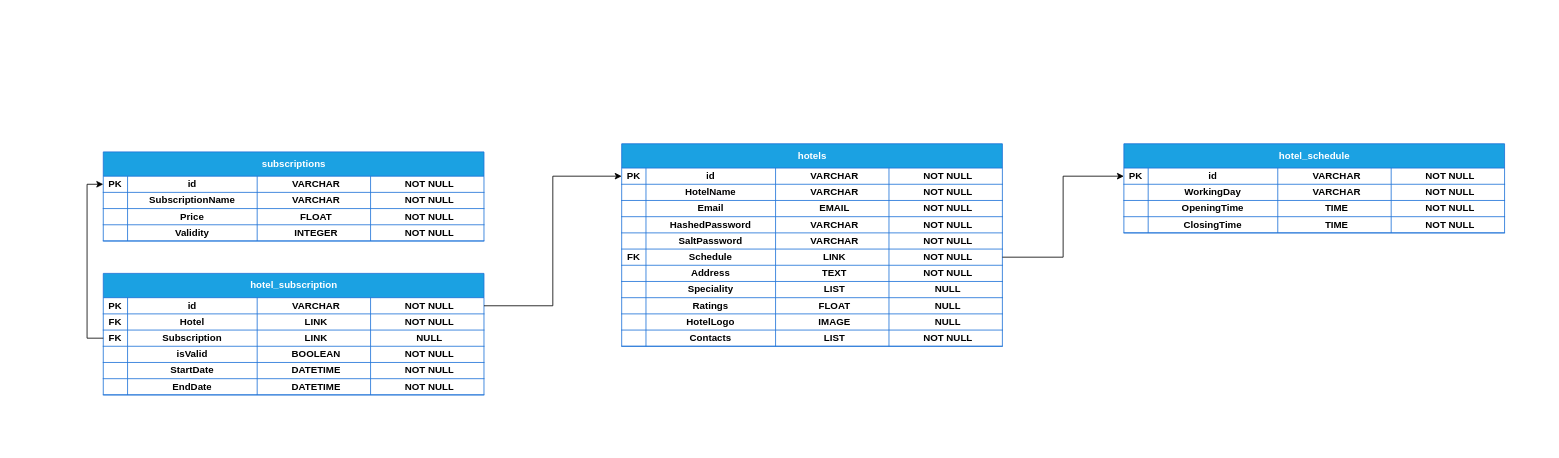
This is Database.drawio from appnichetechnologies/Eatofy-System-Design, a draw.io file, before an edit. Source tidied: cells renumbered, new cells numbered last; positions are measured from the earlier drawing's top-left corner, leaving out a move shared by most shapes. Both pictures are drawn from the tidied source at 81%, with x=0, y=0 at pixel (103, 143).
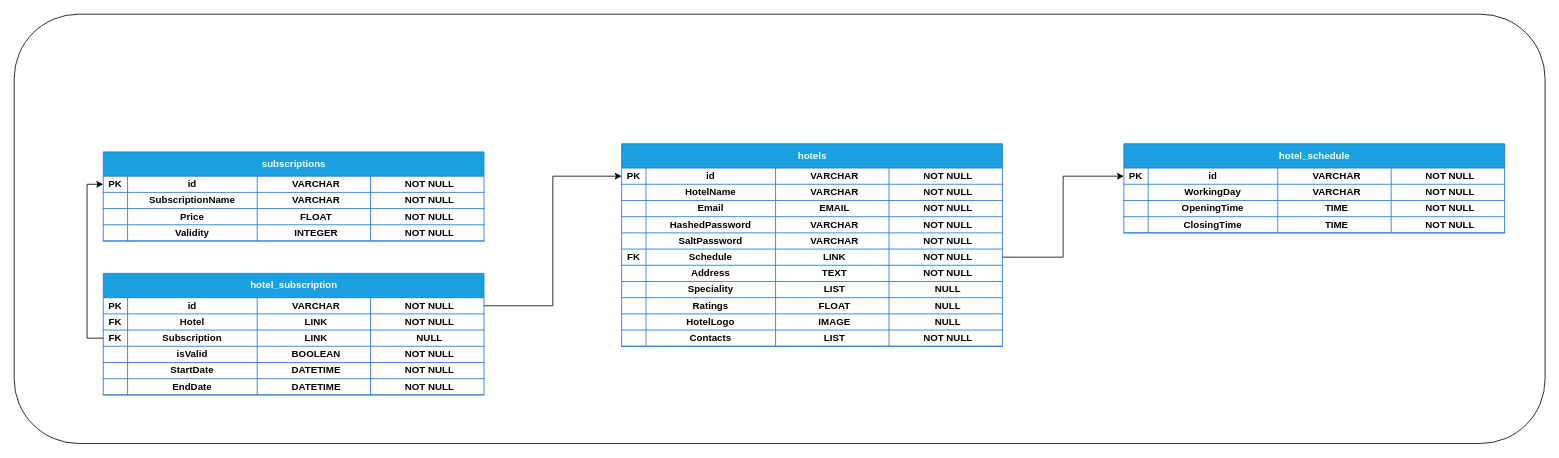
The same diagram, later.

What changed in the source:
```diff
@@
+    <mxCell id="137" style="rounded=1;whiteSpace=wrap;html=1;fillColor=none;" parent="1" vertex="1">
+      <mxGeometry x="-110" y="-160" width="1890" height="530" as="geometry" />
+    </mxCell>
```
